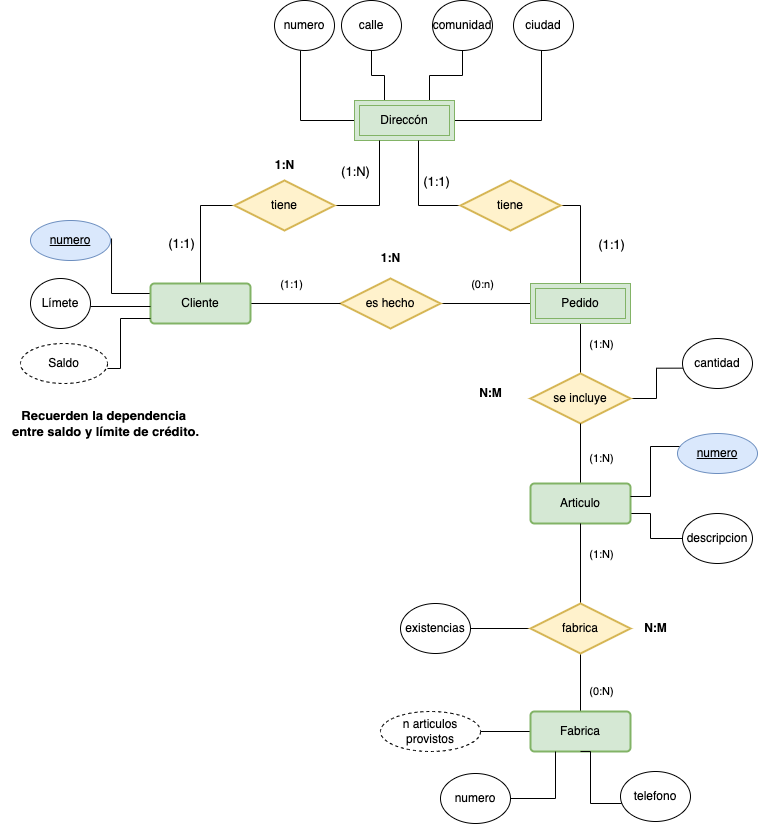
MoisesALH/base-datos keeps this draw.io diagram as ER/tareas/tarea3/img/articulos-encargo-solucion-2.drawio.png. Above is the earlier version. Source tidied: cells renumbered, new cells last; positions are measured from the earlier drawing's top-left corner, leaving out a move shared by most shapes.
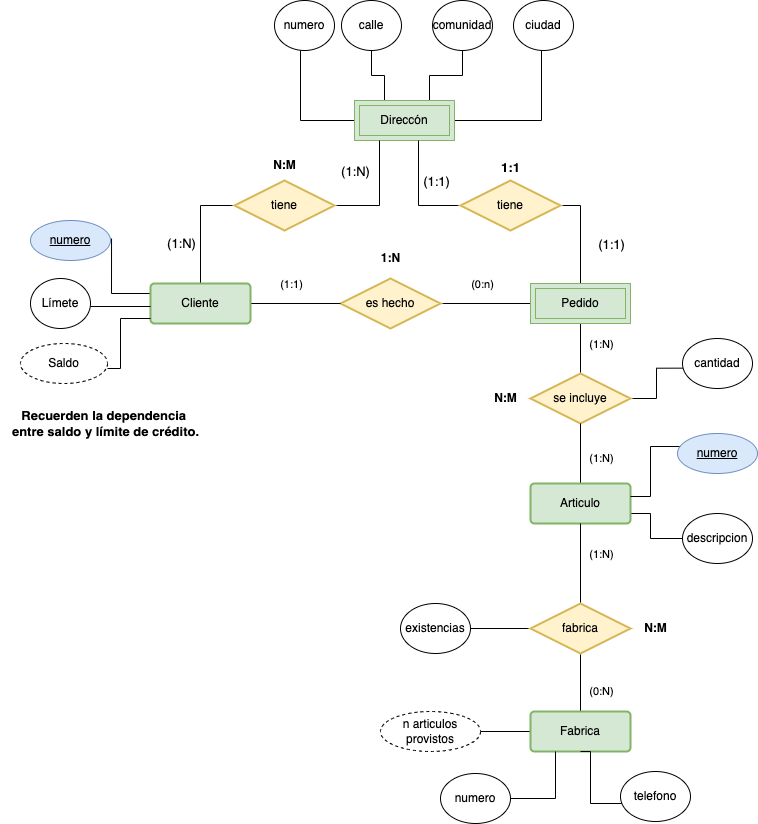
The same diagram one commit later.

Commit message:
se actualiza la imagen articulos-encargo-solucion-2.drawio.png

Diff of the diagram source:
```diff
@@ -28,7 +28,7 @@
         </Array>
       </mxGeometry>
     </mxCell>
-    <mxCell id="8" value="(1:1)" style="edgeLabel;html=1;align=center;verticalAlign=middle;fontSize=13;" parent="7" vertex="1">
+    <mxCell id="8" value="(1:N)" style="edgeLabel;html=1;align=center;verticalAlign=middle;fontSize=13;" parent="7" vertex="1">
       <mxGeometry x="-0.16" y="1" relative="1" as="geometry">
         <mxPoint x="-19" y="6" as="offset" />
       </mxGeometry>
@@ -215,7 +215,7 @@
       <mxGeometry x="630" y="613" width="50" height="30" as="geometry" />
     </mxCell>
     <mxCell id="53" value="&lt;b&gt;N:M&lt;/b&gt;" style="text;html=1;align=center;verticalAlign=middle;strokeColor=none;fillColor=none;" parent="1" vertex="1">
-      <mxGeometry x="465" y="378" width="50" height="30" as="geometry" />
+      <mxGeometry x="480" y="383" width="50" height="30" as="geometry" />
     </mxCell>
     <mxCell id="54" value="Saldo" style="ellipse;whiteSpace=wrap;html=1;align=center;dashed=1;" parent="1" vertex="1">
       <mxGeometry x="20" y="343" width="87" height="40" as="geometry" />
@@ -257,8 +257,11 @@
     <mxCell id="63" value="tiene" style="shape=rhombus;perimeter=rhombusPerimeter;whiteSpace=wrap;html=1;align=center;strokeWidth=2;fillColor=#fff2cc;strokeColor=#d6b656;" parent="1" vertex="1">
       <mxGeometry x="460" y="180" width="100" height="50" as="geometry" />
     </mxCell>
-    <mxCell id="64" value="&lt;b&gt;1:N&lt;/b&gt;" style="text;html=1;align=center;verticalAlign=middle;strokeColor=none;fillColor=none;" parent="1" vertex="1">
-      <mxGeometry x="264" y="150" width="40" height="30" as="geometry" />
+    <mxCell id="64" value="&lt;b&gt;N:M&lt;/b&gt;" style="text;html=1;align=center;verticalAlign=middle;strokeColor=none;fillColor=none;" parent="1" vertex="1">
+      <mxGeometry x="259" y="150" width="50" height="30" as="geometry" />
     </mxCell>
+    <mxCell id="65" value="&lt;b&gt;1:1&lt;/b&gt;" style="text;html=1;align=center;verticalAlign=middle;strokeColor=none;fillColor=none;fontSize=13;" parent="1" vertex="1">
+      <mxGeometry x="490" y="152" width="40" height="30" as="geometry" />
+    </mxCell>
   </root>
 </mxGraphModel>
```
